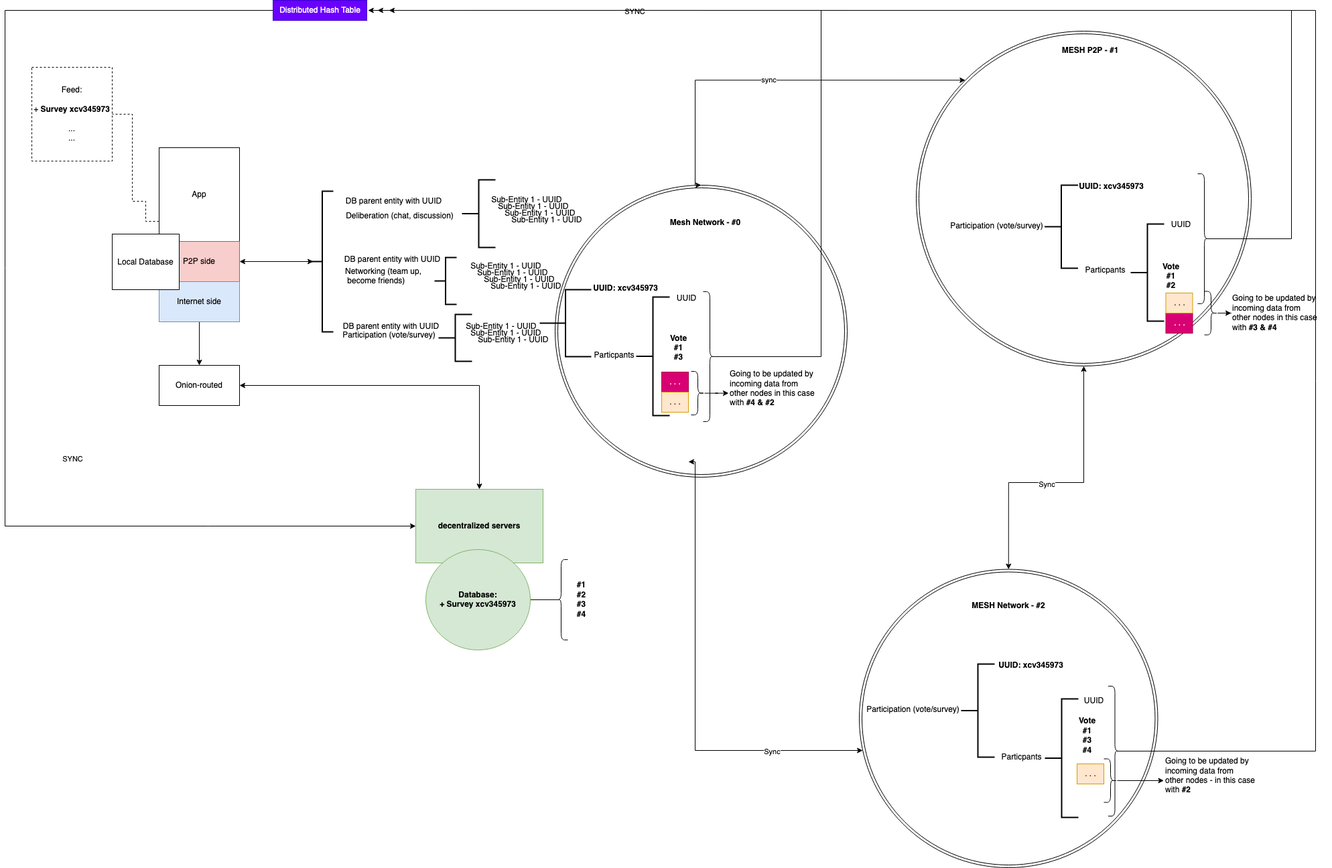
tcfev/Fordem keeps this draw.io diagram as .assets/forDem-P2P-DHT-Diagramm.drawio.png. Above is the earlier version. Source tidied: cells renumbered, new cells last; positions are measured from the earlier drawing's top-left corner, leaving out a move shared by most shapes.
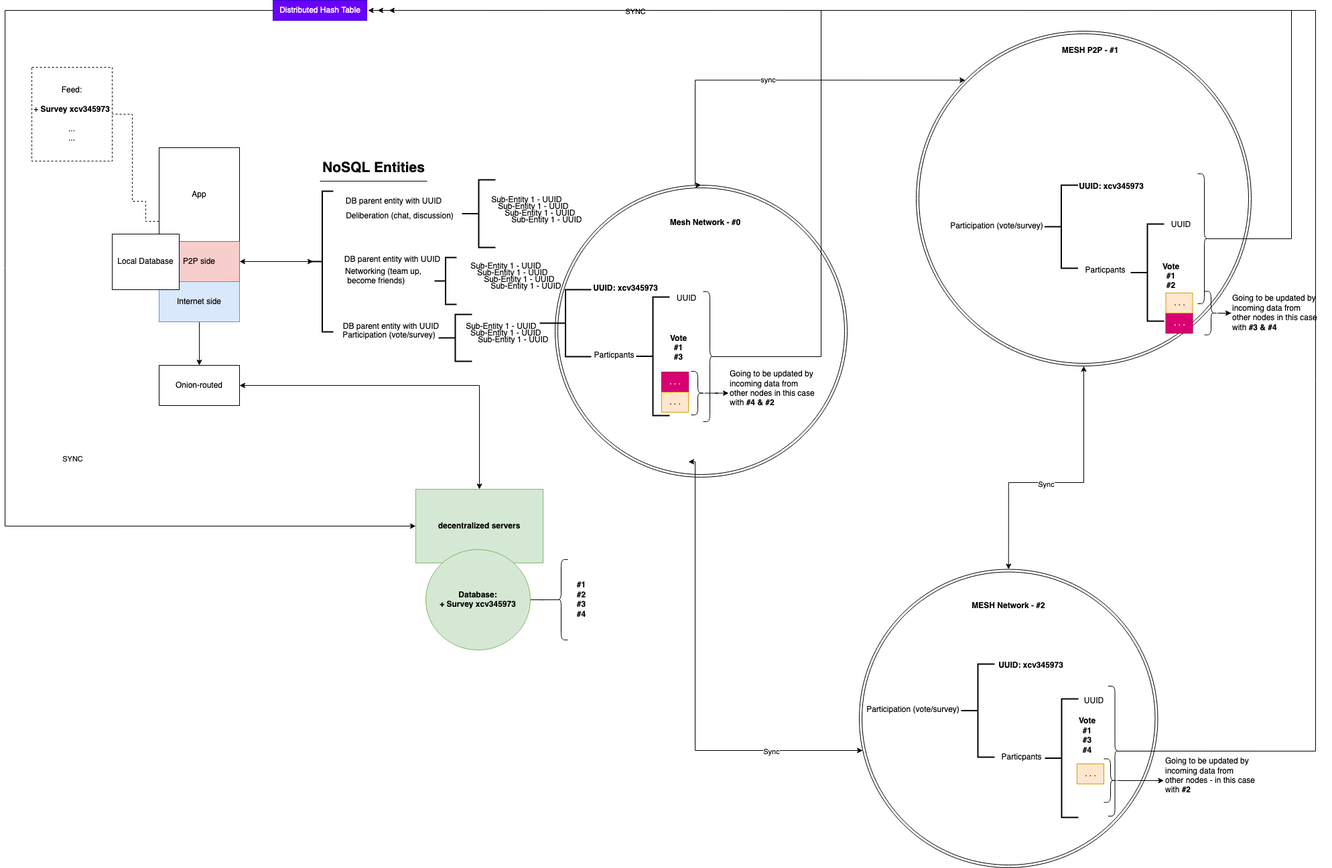
After the commit.

Diff of the diagram source:
```diff
@@ -328,5 +328,14 @@
     <mxCell id="93" value="&lt;div&gt;Going to be updated by &lt;br&gt;&lt;/div&gt;&lt;div&gt;incoming data from &lt;br&gt;&lt;/div&gt;&lt;div&gt;other nodes in this case&lt;/div&gt;&lt;div&gt;with &lt;b&gt;#3 &amp;amp; #4&lt;/b&gt;&lt;br&gt;&lt;/div&gt;" style="text;html=1;align=left;verticalAlign=middle;points=[];strokeColor=none;fillColor=none;" parent="1" vertex="1">
       <mxGeometry x="1830" y="432" width="150" height="70" as="geometry" />
     </mxCell>
+    <mxCell id="94" value="&lt;b style=&quot;font-size: 21px;&quot;&gt;NoSQL Entities&lt;/b&gt;" style="text;html=1;align=center;verticalAlign=middle;strokeColor=none;fillColor=none;fontSize=21;" parent="1" vertex="1">
+      <mxGeometry x="460" y="230" width="180" height="40" as="geometry" />
+    </mxCell>
+    <mxCell id="95" style="endArrow=none;html=1;rounded=0;" parent="1" edge="1">
+      <mxGeometry relative="1" as="geometry">
+        <mxPoint x="470" y="270" as="sourcePoint" />
+        <mxPoint x="630" y="270" as="targetPoint" />
+      </mxGeometry>
+    </mxCell>
   </root>
 </mxGraphModel>
```
